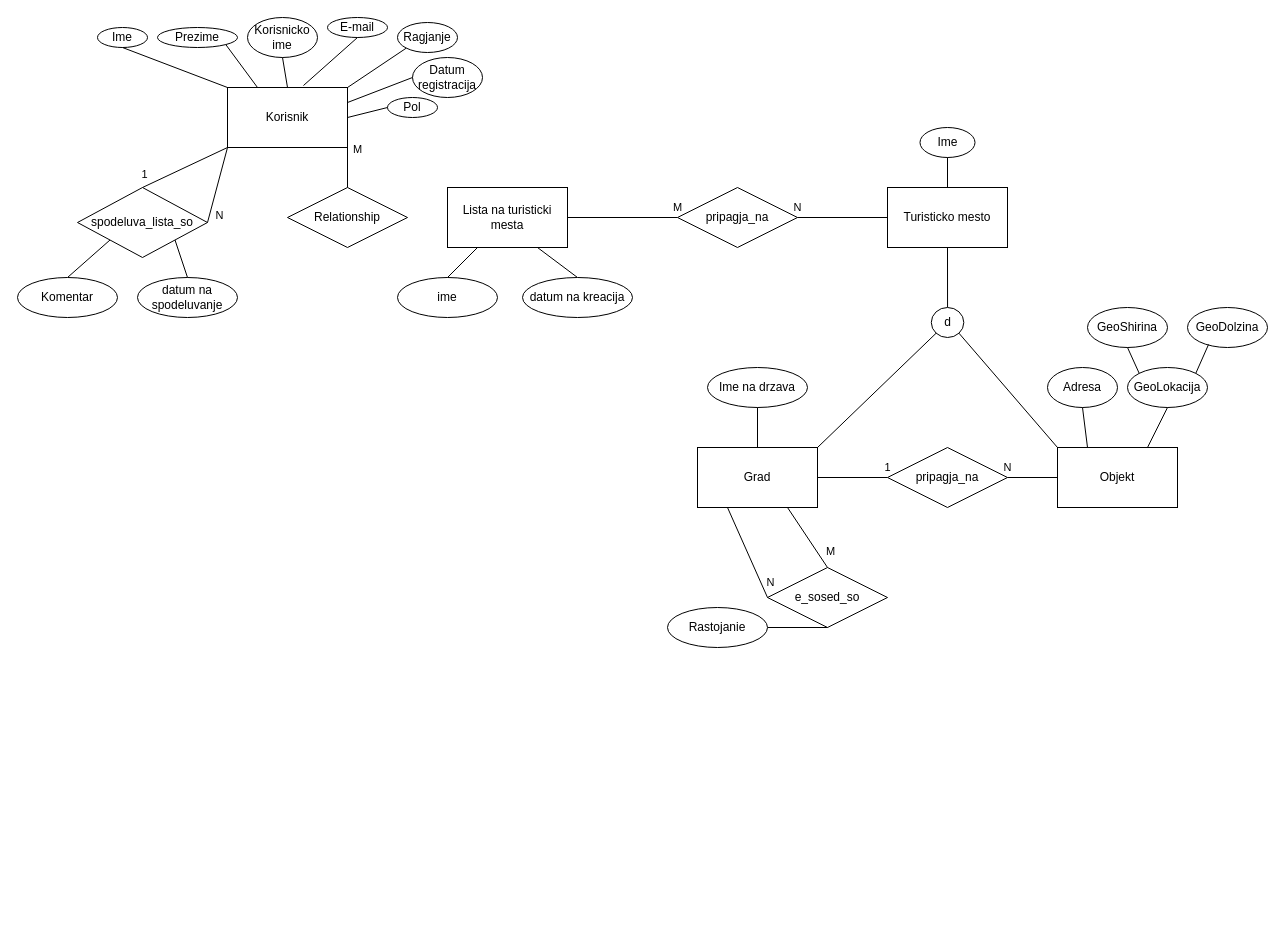
Before: Bazi na podatoci/Lab1_A/lab 1.drawio in marin-o/Finki, a draw.io diagram. Source tidied: cells renumbered, new cells numbered last; positions are measured from the earlier drawing's top-left corner, leaving out a move shared by most shapes. Both pictures are drawn from the tidied source at 100%, with x=0, y=0 at pixel (17, 17).
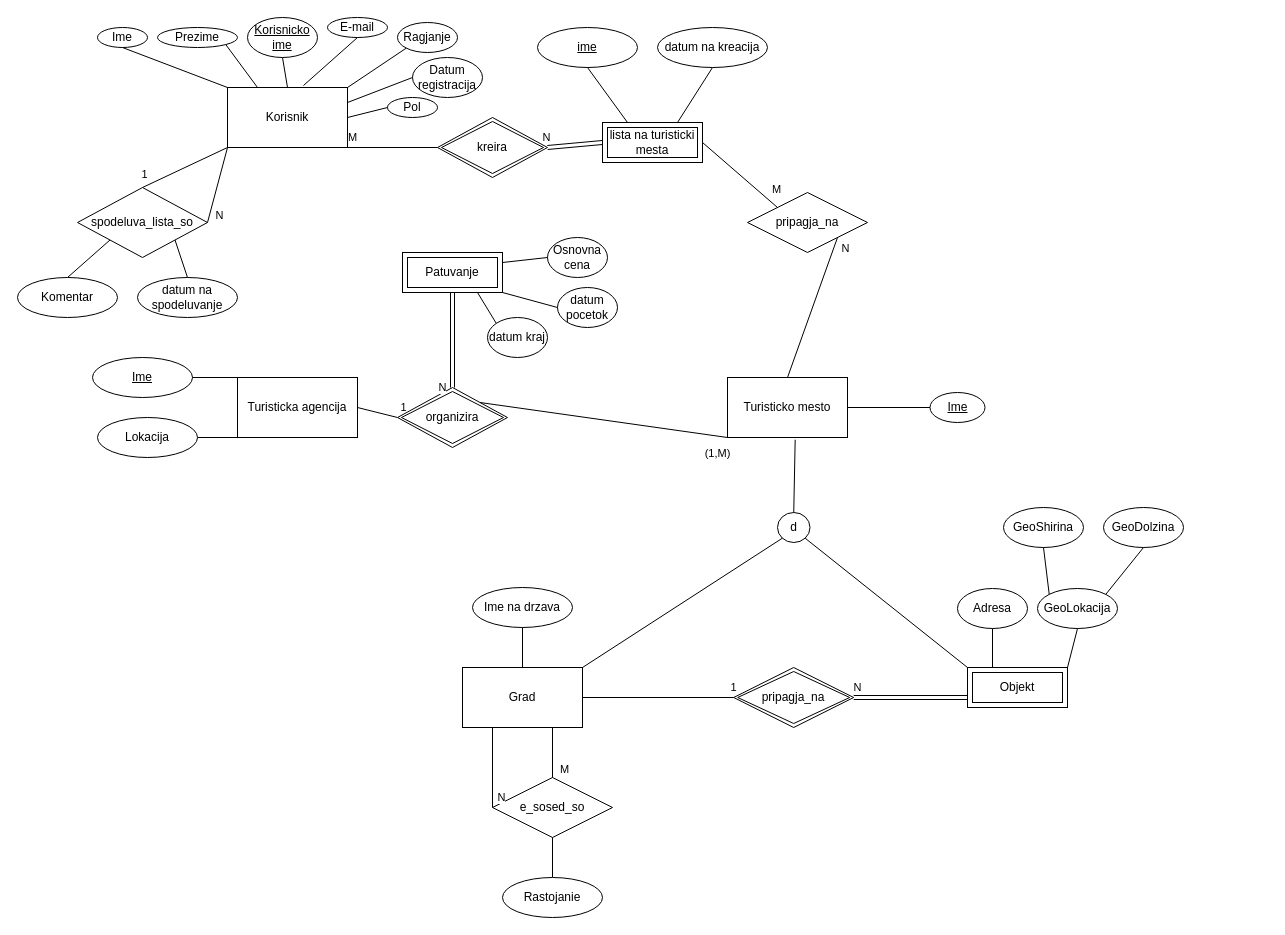
The same diagram, later.

Unchanged cells that the change refers to:
```xml
<mxCell id="2" value="&lt;div&gt;Korisnik&lt;/div&gt;" style="rounded=0;whiteSpace=wrap;html=1;" parent="1" vertex="1">
  <mxGeometry x="210" y="70" width="120" height="60" as="geometry" />
</mxCell>
```

What changed in the source:
```diff
@@
-    <mxCell id="5" value="&lt;div&gt;Korisnicko ime&lt;/div&gt;" style="ellipse;whiteSpace=wrap;html=1;align=center;" parent="1" vertex="1">
+    <mxCell id="5" value="&lt;div&gt;&lt;u&gt;Korisnicko ime&lt;/u&gt;&lt;/div&gt;" style="ellipse;whiteSpace=wrap;html=1;align=center;" parent="1" vertex="1">
       <mxGeometry x="230" width="70" height="40" as="geometry" />
     </mxCell>
@@
     <mxCell id="17" value="&lt;div&gt;Turisticko mesto&lt;/div&gt;" style="rounded=0;whiteSpace=wrap;html=1;" parent="1" vertex="1">
-      <mxGeometry x="870" y="170" width="120" height="60" as="geometry" />
+      <mxGeometry x="710" y="360" width="120" height="60" as="geometry" />
     </mxCell>
-    <mxCell id="18" value="Ime" style="ellipse;whiteSpace=wrap;html=1;align=center;" parent="1" vertex="1">
-      <mxGeometry x="902.5" y="110" width="55" height="30" as="geometry" />
+    <mxCell id="18" value="&lt;u&gt;Ime&lt;/u&gt;" style="ellipse;whiteSpace=wrap;html=1;align=center;" parent="1" vertex="1">
+      <mxGeometry x="912.5" y="375" width="55" height="30" as="geometry" />
     </mxCell>
-    <mxCell id="19" style="endArrow=none;html=1;rounded=0;entryX=0.5;entryY=1;entryDx=0;entryDy=0;exitX=0.5;exitY=0;exitDx=0;exitDy=0;" parent="1" edge="1" source="17" target="18">
+    <mxCell id="19" style="endArrow=none;html=1;rounded=0;entryX=0;entryY=0.5;entryDx=0;entryDy=0;exitX=1;exitY=0.5;exitDx=0;exitDy=0;" parent="1" edge="1" source="17" target="18">
       <mxGeometry relative="1" as="geometry" />
     </mxCell>
-    <mxCell id="20" style="endArrow=none;html=1;rounded=0;entryX=0.5;entryY=1;entryDx=0;entryDy=0;exitX=0.5;exitY=0;exitDx=0;exitDy=0;" parent="1" edge="1" source="21" target="17">
+    <mxCell id="20" style="endArrow=none;html=1;rounded=0;entryX=0.564;entryY=1.037;entryDx=0;entryDy=0;exitX=0.5;exitY=0;exitDx=0;exitDy=0;entryPerimeter=0;" parent="1" edge="1" source="21" target="17">
       <mxGeometry relative="1" as="geometry" />
     </mxCell>
     <mxCell id="21" value="d" style="ellipse;whiteSpace=wrap;html=1;align=center;" parent="1" vertex="1">
-      <mxGeometry x="913.8" y="290" width="32.5" height="30" as="geometry" />
+      <mxGeometry x="760" y="495" width="32.5" height="30" as="geometry" />
     </mxCell>
     <mxCell id="22" value="Grad" style="rounded=0;whiteSpace=wrap;html=1;" parent="1" vertex="1">
-      <mxGeometry x="680" y="430" width="120" height="60" as="geometry" />
+      <mxGeometry x="445" y="650" width="120" height="60" as="geometry" />
     </mxCell>
-    <mxCell id="23" value="&lt;div&gt;Objekt&lt;/div&gt;" style="rounded=0;whiteSpace=wrap;html=1;" parent="1" vertex="1">
-      <mxGeometry x="1040" y="430" width="120" height="60" as="geometry" />
-    </mxCell>
@@
     <mxCell id="26" value="Ime na drzava" style="ellipse;whiteSpace=wrap;html=1;align=center;" parent="1" vertex="1">
-      <mxGeometry x="690" y="350" width="100" height="40" as="geometry" />
+      <mxGeometry x="455" y="570" width="100" height="40" as="geometry" />
     </mxCell>
@@
     <mxCell id="28" value="Adresa" style="ellipse;whiteSpace=wrap;html=1;align=center;" parent="1" vertex="1">
-      <mxGeometry x="1030" y="350" width="70" height="40" as="geometry" />
+      <mxGeometry x="940" y="571" width="70" height="40" as="geometry" />
     </mxCell>
@@
     <mxCell id="30" value="&lt;div&gt;GeoLokacija&lt;/div&gt;" style="ellipse;whiteSpace=wrap;html=1;align=center;" parent="1" vertex="1">
-      <mxGeometry x="1110" y="350" width="80" height="40" as="geometry" />
+      <mxGeometry x="1020" y="571" width="80" height="40" as="geometry" />
     </mxCell>
-    <mxCell id="31" style="endArrow=none;html=1;rounded=0;exitX=0.75;exitY=0;exitDx=0;exitDy=0;entryX=0.5;entryY=1;entryDx=0;entryDy=0;" parent="1" edge="1" source="23" target="30">
+    <mxCell id="31" style="endArrow=none;html=1;rounded=0;exitX=1;exitY=0;exitDx=0;exitDy=0;entryX=0.5;entryY=1;entryDx=0;entryDy=0;" parent="1" edge="1" source="23" target="30">
       <mxGeometry relative="1" as="geometry" />
     </mxCell>
-    <mxCell id="32" value="pripagja_na" style="shape=rhombus;perimeter=rhombusPerimeter;whiteSpace=wrap;html=1;align=center;" parent="1" vertex="1">
-      <mxGeometry x="870" y="430" width="120" height="60" as="geometry" />
+    <mxCell id="32" value="pripagja_na" style="shape=rhombus;perimeter=rhombusPerimeter;whiteSpace=wrap;html=1;align=center;double=1;" parent="1" vertex="1">
+      <mxGeometry x="716.2" y="650" width="120" height="60" as="geometry" />
     </mxCell>
@@
-    <mxCell id="34" value="N" style="endArrow=none;html=1;rounded=0;exitX=1;exitY=0.5;exitDx=0;exitDy=0;entryX=0;entryY=0.5;entryDx=0;entryDy=0;" parent="1" edge="1" source="32" target="23">
-      <mxGeometry x="-1" y="10" relative="1" as="geometry" />
-    </mxCell>
     <mxCell id="35" value="&lt;div&gt;e_sosed_so&lt;/div&gt;" style="shape=rhombus;perimeter=rhombusPerimeter;whiteSpace=wrap;html=1;align=center;" parent="1" vertex="1">
-      <mxGeometry x="750" y="550" width="120" height="60" as="geometry" />
+      <mxGeometry x="475" y="760" width="120" height="60" as="geometry" />
     </mxCell>
     <mxCell id="36" value="GeoShirina" style="ellipse;whiteSpace=wrap;html=1;align=center;" parent="1" vertex="1">
-      <mxGeometry x="1070" y="290" width="80" height="40" as="geometry" />
+      <mxGeometry x="986" y="490" width="80" height="40" as="geometry" />
     </mxCell>
@@
     <mxCell id="38" value="GeoDolzina" style="ellipse;whiteSpace=wrap;html=1;align=center;" parent="1" vertex="1">
-      <mxGeometry x="1170" y="290" width="80" height="40" as="geometry" />
+      <mxGeometry x="1086" y="490" width="80" height="40" as="geometry" />
     </mxCell>
-    <mxCell id="39" style="endArrow=none;html=1;rounded=0;exitX=1;exitY=0;exitDx=0;exitDy=0;entryX=0.263;entryY=0.925;entryDx=0;entryDy=0;entryPerimeter=0;" parent="1" edge="1" source="30" target="38">
+    <mxCell id="39" style="endArrow=none;html=1;rounded=0;exitX=1;exitY=0;exitDx=0;exitDy=0;entryX=0.5;entryY=1;entryDx=0;entryDy=0;" parent="1" edge="1" source="30" target="38">
       <mxGeometry relative="1" as="geometry" />
     </mxCell>
@@
-    <mxCell id="42" style="endArrow=none;html=1;rounded=0;entryX=0.5;entryY=1;entryDx=0;entryDy=0;exitX=1;exitY=0.5;exitDx=0;exitDy=0;" parent="1" edge="1" source="43" target="35">
+    <mxCell id="42" style="endArrow=none;html=1;rounded=0;entryX=0.5;entryY=1;entryDx=0;entryDy=0;exitX=0.5;exitY=0;exitDx=0;exitDy=0;" parent="1" edge="1" source="43" target="35">
       <mxGeometry relative="1" as="geometry" />
     </mxCell>
     <mxCell id="43" value="Rastojanie" style="ellipse;whiteSpace=wrap;html=1;align=center;" parent="1" vertex="1">
-      <mxGeometry x="650" y="590" width="100" height="40" as="geometry" />
+      <mxGeometry x="485" y="860" width="100" height="40" as="geometry" />
     </mxCell>
-    <mxCell id="44" value="ime" style="ellipse;whiteSpace=wrap;html=1;align=center;" parent="1" vertex="1">
-      <mxGeometry x="380" y="260" width="100" height="40" as="geometry" />
+    <mxCell id="44" value="&lt;u&gt;ime&lt;/u&gt;" style="ellipse;whiteSpace=wrap;html=1;align=center;" parent="1" vertex="1">
+      <mxGeometry x="520" y="10" width="100" height="40" as="geometry" />
     </mxCell>
-    <mxCell id="45" style="endArrow=none;html=1;rounded=0;exitX=0.5;exitY=0;exitDx=0;exitDy=0;entryX=0.25;entryY=1;entryDx=0;entryDy=0;" parent="1" edge="1" source="44" target="54">
+    <mxCell id="45" style="endArrow=none;html=1;rounded=0;exitX=0.5;exitY=1;exitDx=0;exitDy=0;entryX=0.25;entryY=0;entryDx=0;entryDy=0;" parent="1" edge="1" source="44" target="71">
       <mxGeometry relative="1" as="geometry" />
     </mxCell>
-    <mxCell id="46" style="endArrow=none;html=1;rounded=0;entryX=0.75;entryY=1;entryDx=0;entryDy=0;exitX=0.5;exitY=0;exitDx=0;exitDy=0;" parent="1" edge="1" source="47" target="54">
+    <mxCell id="46" style="endArrow=none;html=1;rounded=0;entryX=0.5;entryY=1;entryDx=0;entryDy=0;exitX=0.75;exitY=0;exitDx=0;exitDy=0;" parent="1" edge="1" source="71" target="47">
       <mxGeometry relative="1" as="geometry" />
     </mxCell>
     <mxCell id="47" value="datum na kreacija" style="ellipse;whiteSpace=wrap;html=1;align=center;" parent="1" vertex="1">
-      <mxGeometry x="505" y="260" width="110" height="40" as="geometry" />
+      <mxGeometry x="640" y="10" width="110" height="40" as="geometry" />
     </mxCell>
@@
-    <mxCell id="54" value="Lista na turisticki mesta" style="rounded=0;whiteSpace=wrap;html=1;" parent="1" vertex="1">
-      <mxGeometry x="430" y="170" width="120" height="60" as="geometry" />
-    </mxCell>
     <mxCell id="55" value="pripagja_na" style="shape=rhombus;perimeter=rhombusPerimeter;whiteSpace=wrap;html=1;align=center;" parent="1" vertex="1">
-      <mxGeometry x="660" y="170" width="120" height="60" as="geometry" />
+      <mxGeometry x="730" y="175" width="120" height="60" as="geometry" />
     </mxCell>
-    <mxCell id="56" value="M" style="endArrow=none;html=1;rounded=0;exitX=1;exitY=0.5;exitDx=0;exitDy=0;entryX=0;entryY=0.5;entryDx=0;entryDy=0;" parent="1" edge="1" source="54" target="55">
-      <mxGeometry x="1" y="10" relative="1" as="geometry" />
+    <mxCell id="56" value="M" style="endArrow=none;html=1;rounded=0;exitX=1;exitY=0.5;exitDx=0;exitDy=0;entryX=0;entryY=0;entryDx=0;entryDy=0;" parent="1" edge="1" source="71" target="55">
+      <mxGeometry x="0.75" y="13" relative="1" as="geometry" />
     </mxCell>
-    <mxCell id="57" value="N" style="endArrow=none;html=1;rounded=0;exitX=1;exitY=0.5;exitDx=0;exitDy=0;entryX=0;entryY=0.5;entryDx=0;entryDy=0;" parent="1" edge="1" source="55" target="17">
-      <mxGeometry x="-1" y="10" relative="1" as="geometry" />
+    <mxCell id="57" value="N" style="endArrow=none;html=1;rounded=0;exitX=1;exitY=1;exitDx=0;exitDy=0;entryX=0.5;entryY=0;entryDx=0;entryDy=0;" parent="1" edge="1" source="55" target="17">
+      <mxGeometry x="-0.89" y="11" relative="1" as="geometry" />
     </mxCell>
-    <mxCell id="58" value="Relationship" style="shape=rhombus;perimeter=rhombusPerimeter;whiteSpace=wrap;html=1;align=center;" parent="1" vertex="1">
-      <mxGeometry x="270" y="170" width="120" height="60" as="geometry" />
-    </mxCell>
-    <mxCell id="59" value="M" style="endArrow=none;html=1;rounded=0;entryX=1;entryY=1;entryDx=0;entryDy=0;exitX=0.5;exitY=0;exitDx=0;exitDy=0;" parent="1" edge="1" source="58" target="2">
+    <mxCell id="59" value="M" style="endArrow=none;html=1;rounded=0;entryX=1;entryY=1;entryDx=0;entryDy=0;exitX=0;exitY=0.5;exitDx=0;exitDy=0;" parent="1" edge="1" source="68" target="2">
       <mxGeometry x="0.88" y="-10" relative="1" as="geometry" />
     </mxCell>
@@
+    <mxCell id="61" value="Turisticka agencija" style="rounded=0;whiteSpace=wrap;html=1;" parent="1" vertex="1">
+      <mxGeometry x="220" y="360" width="120" height="60" as="geometry" />
+    </mxCell>
+    <mxCell id="62" value="&lt;u&gt;Ime&lt;/u&gt;" style="ellipse;whiteSpace=wrap;html=1;align=center;" parent="1" vertex="1">
+      <mxGeometry x="75" y="340" width="100" height="40" as="geometry" />
+    </mxCell>
+    <mxCell id="63" style="endArrow=none;html=1;rounded=0;entryX=0;entryY=0;entryDx=0;entryDy=0;exitX=1;exitY=0.5;exitDx=0;exitDy=0;" parent="1" edge="1" source="62" target="61">
+      <mxGeometry relative="1" as="geometry" />
+    </mxCell>
+    <mxCell id="64" value="Lokacija" style="ellipse;whiteSpace=wrap;html=1;align=center;" parent="1" vertex="1">
+      <mxGeometry x="80" y="400" width="100" height="40" as="geometry" />
+    </mxCell>
+    <mxCell id="65" style="endArrow=none;html=1;rounded=0;exitX=1;exitY=0.5;exitDx=0;exitDy=0;entryX=0;entryY=1;entryDx=0;entryDy=0;" parent="1" edge="1" source="64" target="61">
+      <mxGeometry relative="1" as="geometry" />
+    </mxCell>
+    <mxCell id="66" value="1" style="endArrow=none;html=1;rounded=0;exitX=1;exitY=0.5;exitDx=0;exitDy=0;entryX=0;entryY=0.5;entryDx=0;entryDy=0;" parent="1" edge="1" source="61" target="69">
+      <mxGeometry x="1" y="11" relative="1" as="geometry">
+        <mxPoint x="4" y="1" as="offset" />
+      </mxGeometry>
+    </mxCell>
+    <mxCell id="67" value="N" style="shape=link;html=1;rounded=0;entryX=0;entryY=0.5;entryDx=0;entryDy=0;exitX=1;exitY=0.5;exitDx=0;exitDy=0;" parent="1" edge="1" source="68" target="71">
+      <mxGeometry x="-1" y="10" relative="1" as="geometry" />
+    </mxCell>
+    <mxCell id="68" value="kreira" style="shape=rhombus;double=1;perimeter=rhombusPerimeter;whiteSpace=wrap;html=1;align=center;" parent="1" vertex="1">
+      <mxGeometry x="420" y="100" width="110" height="60" as="geometry" />
+    </mxCell>
+    <mxCell id="69" value="organizira" style="shape=rhombus;double=1;perimeter=rhombusPerimeter;whiteSpace=wrap;html=1;align=center;" parent="1" vertex="1">
+      <mxGeometry x="380" y="370" width="110" height="60" as="geometry" />
+    </mxCell>
+    <mxCell id="70" value="N" style="shape=link;html=1;rounded=0;exitX=0.5;exitY=0;exitDx=0;exitDy=0;entryX=0.5;entryY=1;entryDx=0;entryDy=0;" parent="1" edge="1" source="69" target="72">
+      <mxGeometry x="-1" y="10" relative="1" as="geometry" />
+    </mxCell>
+    <mxCell id="71" value="lista na turisticki mesta" style="shape=ext;margin=3;double=1;whiteSpace=wrap;html=1;align=center;" parent="1" vertex="1">
+      <mxGeometry x="585" y="105" width="100" height="40" as="geometry" />
+    </mxCell>
+    <mxCell id="72" value="Patuvanje" style="shape=ext;margin=3;double=1;whiteSpace=wrap;html=1;align=center;" parent="1" vertex="1">
+      <mxGeometry x="385" y="235" width="100" height="40" as="geometry" />
+    </mxCell>
+    <mxCell id="73" value="(1,M)" style="endArrow=none;html=1;rounded=0;exitX=1;exitY=0;exitDx=0;exitDy=0;entryX=0;entryY=1;entryDx=0;entryDy=0;" parent="1" edge="1" source="69" target="17">
+      <mxGeometry x="0.94" y="-17" relative="1" as="geometry" />
+    </mxCell>
+    <mxCell id="74" value="datum pocetok" style="ellipse;whiteSpace=wrap;html=1;align=center;" parent="1" vertex="1">
+      <mxGeometry x="540" y="270" width="60" height="40" as="geometry" />
+    </mxCell>
+    <mxCell id="75" value="datum kraj" style="ellipse;whiteSpace=wrap;html=1;align=center;" parent="1" vertex="1">
+      <mxGeometry x="470" y="300" width="60" height="40" as="geometry" />
+    </mxCell>
+    <mxCell id="76" style="endArrow=none;html=1;rounded=0;exitX=0;exitY=0;exitDx=0;exitDy=0;entryX=0.75;entryY=1;entryDx=0;entryDy=0;" parent="1" edge="1" source="75" target="72">
+      <mxGeometry relative="1" as="geometry" />
+    </mxCell>
+    <mxCell id="77" style="endArrow=none;html=1;rounded=0;exitX=0;exitY=0.5;exitDx=0;exitDy=0;entryX=1;entryY=1;entryDx=0;entryDy=0;" parent="1" edge="1" source="74" target="72">
+      <mxGeometry relative="1" as="geometry" />
+    </mxCell>
+    <mxCell id="78" value="Osnovna cena" style="ellipse;whiteSpace=wrap;html=1;align=center;" parent="1" vertex="1">
+      <mxGeometry x="530" y="220" width="60" height="40" as="geometry" />
+    </mxCell>
+    <mxCell id="79" style="endArrow=none;html=1;rounded=0;entryX=1;entryY=0.25;entryDx=0;entryDy=0;exitX=0;exitY=0.5;exitDx=0;exitDy=0;" parent="1" edge="1" source="78" target="72">
+      <mxGeometry relative="1" as="geometry" />
+    </mxCell>
+    <mxCell id="23" value="Objekt" style="shape=ext;margin=3;double=1;whiteSpace=wrap;html=1;align=center;" parent="1" vertex="1">
+      <mxGeometry x="950" y="650" width="100" height="40" as="geometry" />
+    </mxCell>
+    <mxCell id="34" value="N" style="shape=link;html=1;rounded=0;exitX=1;exitY=0.5;exitDx=0;exitDy=0;entryX=0;entryY=0.75;entryDx=0;entryDy=0;" parent="1" edge="1" source="32" target="23">
+      <mxGeometry x="-0.93" y="10" relative="1" as="geometry" />
+    </mxCell>
```
